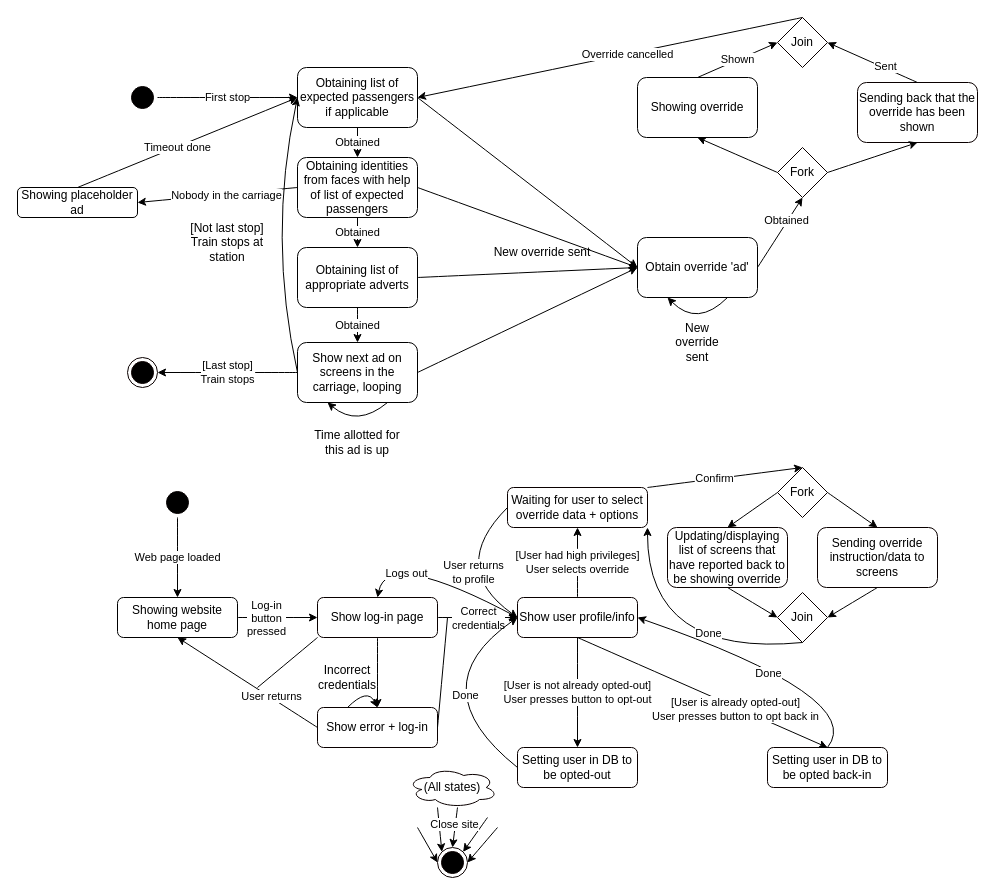
pseud0n/sepp-diagrams keeps this draw.io diagram as page "Page-1" (1 of 2) of Diagrama sin título.drawio. Above is the earlier version. Source tidied: cells renumbered, new cells numbered last; positions are measured from the earlier drawing's top-left corner, leaving out a move shared by most shapes. Both pictures are drawn from the tidied source at 100%, with x=0, y=0 at pixel (17, 17).
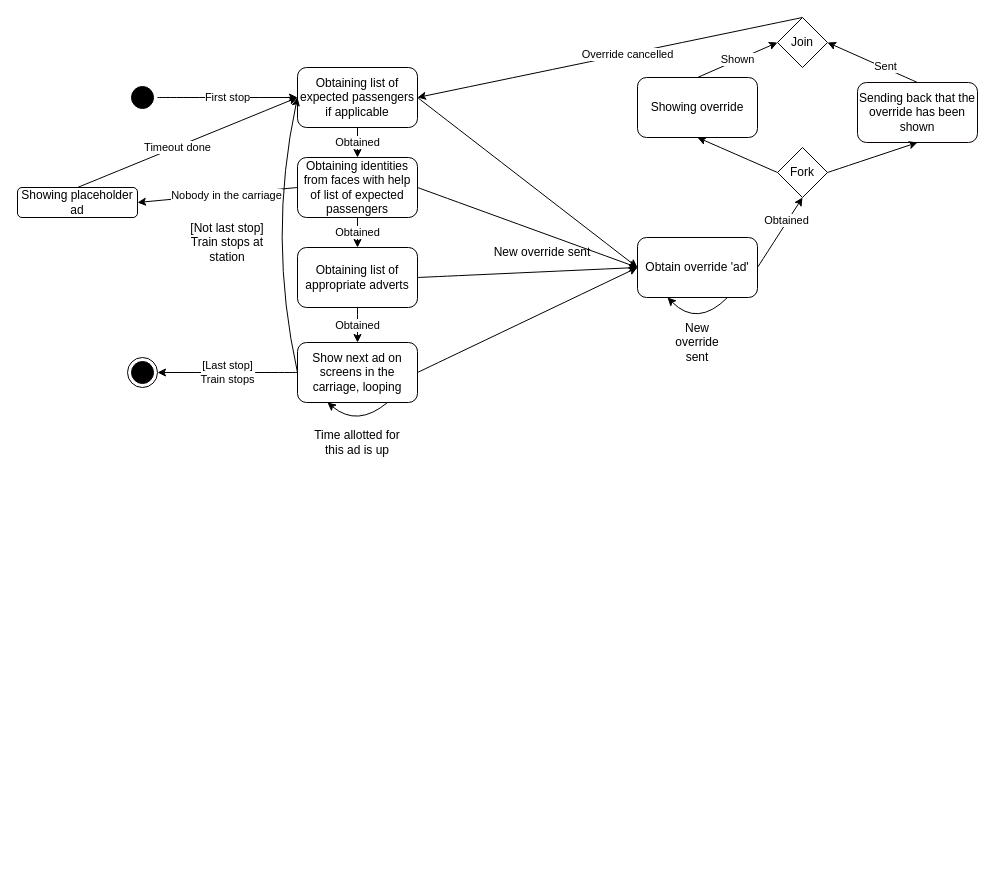
Above is the later version.

Change to the diagram source:
```diff
@@
-    <mxCell id="33" value="Showing website home page" style="rounded=1;whiteSpace=wrap;html=1;" parent="1" vertex="1">
-      <mxGeometry x="100" y="580" width="120" height="40" as="geometry" />
-    </mxCell>
-    <mxCell id="34" style="ellipse;html=1;shape=startState;fillColor=#000000;strokeColor=#050000;rounded=1;shadow=0;comic=0;labelBackgroundColor=none;fontFamily=Verdana;fontSize=12;fontColor=#000000;align=center;direction=south;" parent="1" vertex="1">
-      <mxGeometry x="145" y="470" width="30" height="30" as="geometry" />
-    </mxCell>
-    <mxCell id="35" value="Web page loaded" style="endArrow=classic;html=1;curved=1;exitX=1;exitY=0.5;exitDx=0;exitDy=0;entryX=0.5;entryY=0;entryDx=0;entryDy=0;" parent="1" edge="1" source="34" target="33">
-      <mxGeometry relative="1" as="geometry" />
-    </mxCell>
-    <mxCell id="36" style="endArrow=classic;html=1;curved=1;exitX=1;exitY=0.5;exitDx=0;exitDy=0;entryX=0;entryY=0.5;entryDx=0;entryDy=0;" parent="1" edge="1" source="33" target="39">
-      <mxGeometry relative="1" as="geometry" />
-    </mxCell>
-    <mxCell id="37" value="&lt;div&gt;Log-in&lt;/div&gt;&lt;div&gt;button&lt;/div&gt;&lt;div&gt;pressed&lt;br&gt;&lt;/div&gt;" style="edgeLabel;html=1;align=center;verticalAlign=middle;" parent="36" vertex="1">
-      <mxGeometry x="0.43" y="1" relative="1" as="geometry">
-        <mxPoint x="-29" y="1" as="offset" />
-      </mxGeometry>
-    </mxCell>
-    <mxCell id="38" value="Show user profile/info" style="rounded=1;whiteSpace=wrap;html=1;strokeColor=#0A0000;" parent="1" vertex="1">
-      <mxGeometry x="500" y="580" width="120" height="40" as="geometry" />
-    </mxCell>
-    <mxCell id="39" value="Show log-in page" style="rounded=1;whiteSpace=wrap;html=1;strokeColor=#0A0000;" parent="1" vertex="1">
-      <mxGeometry x="300" y="580" width="120" height="40" as="geometry" />
-    </mxCell>
-    <mxCell id="40" value="Show error + log-in" style="rounded=1;whiteSpace=wrap;html=1;strokeColor=#0A0000;" parent="1" vertex="1">
-      <mxGeometry x="300" y="690" width="120" height="40" as="geometry" />
-    </mxCell>
-    <mxCell id="41" style="endArrow=classic;html=1;curved=1;exitX=1;exitY=0.5;exitDx=0;exitDy=0;entryX=0;entryY=0.5;entryDx=0;entryDy=0;" parent="1" edge="1" source="39" target="38">
-      <mxGeometry relative="1" as="geometry" />
-    </mxCell>
-    <mxCell id="42" value="&lt;div&gt;Correct&lt;br&gt;&lt;/div&gt;&lt;div&gt;credentials&lt;/div&gt;" style="edgeLabel;html=1;align=center;verticalAlign=middle;" parent="41" vertex="1">
-      <mxGeometry x="-0.36" y="-1" relative="1" as="geometry">
-        <mxPoint x="14" y="-1" as="offset" />
-      </mxGeometry>
-    </mxCell>
-    <mxCell id="43" style="endArrow=classic;html=1;curved=1;exitX=0.5;exitY=1;exitDx=0;exitDy=0;entryX=0.5;entryY=0;entryDx=0;entryDy=0;" parent="1" edge="1" source="39" target="40">
-      <mxGeometry relative="1" as="geometry" />
-    </mxCell>
-    <mxCell id="44" style="endArrow=none;html=1;curved=1;exitX=1;exitY=0.5;exitDx=0;exitDy=0;" parent="1" edge="1" source="40">
-      <mxGeometry relative="1" as="geometry">
-        <mxPoint x="430" y="600" as="targetPoint" />
-      </mxGeometry>
-    </mxCell>
-    <mxCell id="45" style="endArrow=classic;html=1;curved=1;exitX=0.25;exitY=0;exitDx=0;exitDy=0;entryX=0.5;entryY=0;entryDx=0;entryDy=0;" parent="1" edge="1" source="40" target="40">
-      <mxGeometry relative="1" as="geometry">
-        <Array as="points">
-          <mxPoint x="350" y="670" />
-        </Array>
-      </mxGeometry>
-    </mxCell>
-    <mxCell id="46" value="&lt;div&gt;Incorrect&lt;/div&gt;&lt;div&gt;credentials&lt;br&gt;&lt;/div&gt;" style="text;html=1;strokeColor=none;fillColor=none;align=center;verticalAlign=middle;whiteSpace=wrap;rounded=0;" parent="1" vertex="1">
-      <mxGeometry x="300" y="640" width="60" height="40" as="geometry" />
-    </mxCell>
-    <mxCell id="47" style="endArrow=classic;html=1;curved=1;entryX=0.5;entryY=1;entryDx=0;entryDy=0;exitX=0;exitY=0.5;exitDx=0;exitDy=0;" parent="1" edge="1" source="40" target="33">
-      <mxGeometry relative="1" as="geometry" />
-    </mxCell>
-    <mxCell id="48" value="User returns" style="edgeLabel;html=1;align=center;verticalAlign=middle;" parent="47" vertex="1">
-      <mxGeometry x="-0.33" y="-1" relative="1" as="geometry" />
-    </mxCell>
-    <mxCell id="49" style="endArrow=none;html=1;curved=1;exitX=0;exitY=1;exitDx=0;exitDy=0;" parent="1" edge="1" source="39">
-      <mxGeometry relative="1" as="geometry">
-        <mxPoint x="240" y="670" as="targetPoint" />
-      </mxGeometry>
-    </mxCell>
-    <mxCell id="50" value="Setting user in DB to be opted-out" style="rounded=1;whiteSpace=wrap;html=1;strokeColor=#0A0000;" parent="1" vertex="1">
-      <mxGeometry x="500" y="730" width="120" height="40" as="geometry" />
-    </mxCell>
-    <mxCell id="51" value="Setting user in DB to be opted back-in" style="rounded=1;whiteSpace=wrap;html=1;strokeColor=#0A0000;" parent="1" vertex="1">
-      <mxGeometry x="750" y="730" width="120" height="40" as="geometry" />
-    </mxCell>
-    <mxCell id="52" value="&lt;div&gt;[User is not already opted-out]&lt;/div&gt;&lt;div&gt;User presses button to opt-out&lt;br&gt;&lt;/div&gt;" style="endArrow=classic;html=1;curved=1;exitX=0.5;exitY=1;exitDx=0;exitDy=0;entryX=0.5;entryY=0;entryDx=0;entryDy=0;" parent="1" edge="1" source="38" target="50">
-      <mxGeometry relative="1" as="geometry" />
-    </mxCell>
-    <mxCell id="53" style="endArrow=classic;html=1;curved=1;exitX=0.5;exitY=1;exitDx=0;exitDy=0;entryX=0.5;entryY=0;entryDx=0;entryDy=0;" parent="1" edge="1" source="38" target="51">
-      <mxGeometry relative="1" as="geometry" />
-    </mxCell>
-    <mxCell id="54" value="&lt;div&gt;[User is already opted-out]&lt;/div&gt;&lt;div&gt;User presses button to opt back in&lt;br&gt;&lt;/div&gt;" style="edgeLabel;html=1;align=center;verticalAlign=middle;" parent="53" vertex="1">
-      <mxGeometry x="0.27" y="-2" relative="1" as="geometry" />
-    </mxCell>
-    <mxCell id="55" value="Waiting for user to select override data + options" style="rounded=1;whiteSpace=wrap;html=1;strokeColor=#0A0000;" parent="1" vertex="1">
-      <mxGeometry x="490" y="470" width="140" height="40" as="geometry" />
-    </mxCell>
-    <mxCell id="56" value="&lt;div&gt;[User had high privileges]&lt;/div&gt;&lt;div&gt;User selects override&lt;br&gt;&lt;/div&gt;" style="endArrow=classic;html=1;curved=1;exitX=0.5;exitY=0;exitDx=0;exitDy=0;entryX=0.5;entryY=1;entryDx=0;entryDy=0;" parent="1" edge="1" source="38" target="55">
-      <mxGeometry relative="1" as="geometry" />
-    </mxCell>
-    <mxCell id="57" value="Updating/displaying list of screens that have reported back to be showing override" style="rounded=1;whiteSpace=wrap;html=1;strokeColor=#0A0000;" parent="1" vertex="1">
-      <mxGeometry x="650" y="510" width="120" height="60" as="geometry" />
-    </mxCell>
-    <mxCell id="58" value="Sending override instruction/data to screens" style="rounded=1;whiteSpace=wrap;html=1;strokeColor=#0A0000;" parent="1" vertex="1">
-      <mxGeometry x="800" y="510" width="120" height="60" as="geometry" />
-    </mxCell>
-    <mxCell id="59" value="Fork" style="rhombus;whiteSpace=wrap;html=1;strokeColor=#0A0000;" parent="1" vertex="1">
-      <mxGeometry x="760" y="450" width="50" height="50" as="geometry" />
-    </mxCell>
-    <mxCell id="60" value="Join" style="rhombus;whiteSpace=wrap;html=1;strokeColor=#0A0000;" parent="1" vertex="1">
-      <mxGeometry x="760" y="575" width="50" height="50" as="geometry" />
-    </mxCell>
-    <mxCell id="61" style="endArrow=classic;html=1;curved=1;exitX=0.5;exitY=1;exitDx=0;exitDy=0;entryX=0;entryY=0.5;entryDx=0;entryDy=0;" parent="1" edge="1" source="57" target="60">
-      <mxGeometry relative="1" as="geometry" />
-    </mxCell>
-    <mxCell id="62" style="endArrow=classic;html=1;curved=1;exitX=0.5;exitY=1;exitDx=0;exitDy=0;entryX=1;entryY=0.5;entryDx=0;entryDy=0;" parent="1" edge="1" source="58" target="60">
-      <mxGeometry relative="1" as="geometry" />
-    </mxCell>
-    <mxCell id="63" style="endArrow=classic;html=1;curved=1;exitX=0;exitY=0.5;exitDx=0;exitDy=0;entryX=0.5;entryY=0;entryDx=0;entryDy=0;" parent="1" edge="1" source="59" target="57">
-      <mxGeometry relative="1" as="geometry" />
-    </mxCell>
-    <mxCell id="64" style="endArrow=classic;html=1;curved=1;entryX=0.5;entryY=0;entryDx=0;entryDy=0;exitX=1;exitY=0.5;exitDx=0;exitDy=0;" parent="1" edge="1" source="59" target="58">
-      <mxGeometry relative="1" as="geometry" />
-    </mxCell>
-    <mxCell id="65" style="endArrow=classic;html=1;curved=1;exitX=1;exitY=0;exitDx=0;exitDy=0;entryX=0.5;entryY=0;entryDx=0;entryDy=0;" parent="1" edge="1" source="55" target="59">
-      <mxGeometry relative="1" as="geometry" />
-    </mxCell>
-    <mxCell id="66" value="Confirm" style="edgeLabel;html=1;align=center;verticalAlign=middle;" parent="65" vertex="1">
-      <mxGeometry x="-0.14" y="1" relative="1" as="geometry" />
-    </mxCell>
-    <mxCell id="67" style="endArrow=classic;html=1;curved=1;entryX=1;entryY=1;entryDx=0;entryDy=0;exitX=0.5;exitY=1;exitDx=0;exitDy=0;" parent="1" edge="1" source="60" target="55">
-      <mxGeometry relative="1" as="geometry">
-        <Array as="points">
-          <mxPoint x="630" y="640" />
-        </Array>
-      </mxGeometry>
-    </mxCell>
-    <mxCell id="68" value="Done" style="edgeLabel;html=1;align=center;verticalAlign=middle;" parent="67" vertex="1">
-      <mxGeometry x="-0.35" y="-19" relative="1" as="geometry" />
-    </mxCell>
-    <mxCell id="69" style="endArrow=classic;html=1;curved=1;exitX=0;exitY=0.5;exitDx=0;exitDy=0;entryX=0;entryY=0.5;entryDx=0;entryDy=0;" parent="1" edge="1" source="55" target="38">
-      <mxGeometry relative="1" as="geometry">
-        <Array as="points">
-          <mxPoint x="430" y="550" />
-        </Array>
-      </mxGeometry>
-    </mxCell>
-    <mxCell id="70" value="&lt;div&gt;User returns&lt;/div&gt;&lt;div&gt;to profile&lt;/div&gt;" style="edgeLabel;html=1;align=center;verticalAlign=middle;" parent="69" vertex="1">
-      <mxGeometry x="0.26" y="11" relative="1" as="geometry" />
-    </mxCell>
-    <mxCell id="71" style="ellipse;html=1;shape=endState;fillColor=#000000;strokeColor=#0A0000;rounded=1;shadow=0;comic=0;labelBackgroundColor=none;fontFamily=Verdana;fontSize=12;fontColor=#000000;align=center;" parent="1" vertex="1">
-      <mxGeometry x="420" y="830" width="30" height="30" as="geometry" />
-    </mxCell>
-    <mxCell id="72" style="endArrow=classic;html=1;curved=1;entryX=1;entryY=0.5;entryDx=0;entryDy=0;" parent="1" edge="1" target="71">
-      <mxGeometry relative="1" as="geometry">
-        <mxPoint x="480" y="810" as="sourcePoint" />
-      </mxGeometry>
-    </mxCell>
-    <mxCell id="73" style="endArrow=classic;html=1;curved=1;entryX=0;entryY=0;entryDx=0;entryDy=0;" parent="1" edge="1" target="71">
-      <mxGeometry relative="1" as="geometry">
-        <mxPoint x="420" y="790" as="sourcePoint" />
-      </mxGeometry>
-    </mxCell>
-    <mxCell id="74" style="endArrow=classic;html=1;curved=1;entryX=1;entryY=0;entryDx=0;entryDy=0;" parent="1" edge="1" target="71">
-      <mxGeometry relative="1" as="geometry">
-        <mxPoint x="470" y="800" as="sourcePoint" />
-      </mxGeometry>
-    </mxCell>
-    <mxCell id="75" style="endArrow=classic;html=1;curved=1;entryX=0;entryY=0.5;entryDx=0;entryDy=0;" parent="1" edge="1" target="71">
-      <mxGeometry relative="1" as="geometry">
-        <mxPoint x="400" y="810" as="sourcePoint" />
-      </mxGeometry>
-    </mxCell>
-    <mxCell id="76" value="(All states)" style="ellipse;shape=cloud;whiteSpace=wrap;html=1;strokeColor=#0A0000;" parent="1" vertex="1">
-      <mxGeometry x="390" y="750" width="90" height="40" as="geometry" />
-    </mxCell>
-    <mxCell id="77" style="endArrow=classic;html=1;curved=1;entryX=0.5;entryY=0;entryDx=0;entryDy=0;" parent="1" edge="1" target="71">
-      <mxGeometry relative="1" as="geometry">
-        <mxPoint x="440" y="790" as="sourcePoint" />
-      </mxGeometry>
-    </mxCell>
-    <mxCell id="78" value="Close site" style="edgeLabel;html=1;align=center;verticalAlign=middle;" parent="77" vertex="1">
-      <mxGeometry x="-0.18" y="-1" relative="1" as="geometry" />
-    </mxCell>
-    <mxCell id="79" style="endArrow=classic;html=1;curved=1;exitX=0;exitY=0.5;exitDx=0;exitDy=0;entryX=0.5;entryY=0;entryDx=0;entryDy=0;" parent="1" edge="1" source="38" target="39">
-      <mxGeometry relative="1" as="geometry">
-        <Array as="points">
-          <mxPoint x="370" y="530" />
-        </Array>
-      </mxGeometry>
-    </mxCell>
-    <mxCell id="80" value="Logs out" style="edgeLabel;html=1;align=center;verticalAlign=middle;" parent="79" vertex="1">
-      <mxGeometry x="0.2" y="14" relative="1" as="geometry" />
-    </mxCell>
-    <mxCell id="81" style="endArrow=classic;html=1;curved=1;exitX=0;exitY=0.5;exitDx=0;exitDy=0;entryX=0;entryY=0.5;entryDx=0;entryDy=0;" parent="1" edge="1" source="50" target="38">
-      <mxGeometry relative="1" as="geometry">
-        <Array as="points">
-          <mxPoint x="400" y="670" />
-        </Array>
-      </mxGeometry>
-    </mxCell>
-    <mxCell id="82" value="Done" style="edgeLabel;html=1;align=center;verticalAlign=middle;" parent="81" vertex="1">
-      <mxGeometry x="-0.31" y="-24" relative="1" as="geometry" />
-    </mxCell>
-    <mxCell id="83" style="endArrow=classic;html=1;curved=1;entryX=1;entryY=0.5;entryDx=0;entryDy=0;" parent="1" edge="1" target="38">
-      <mxGeometry relative="1" as="geometry">
-        <mxPoint x="810" y="730" as="sourcePoint" />
-        <Array as="points">
-          <mxPoint x="850" y="680" />
-        </Array>
-      </mxGeometry>
-    </mxCell>
-    <mxCell id="84" value="Done" style="edgeLabel;html=1;align=center;verticalAlign=middle;" parent="83" vertex="1">
-      <mxGeometry x="0.08" y="9" relative="1" as="geometry" />
-    </mxCell>
```
